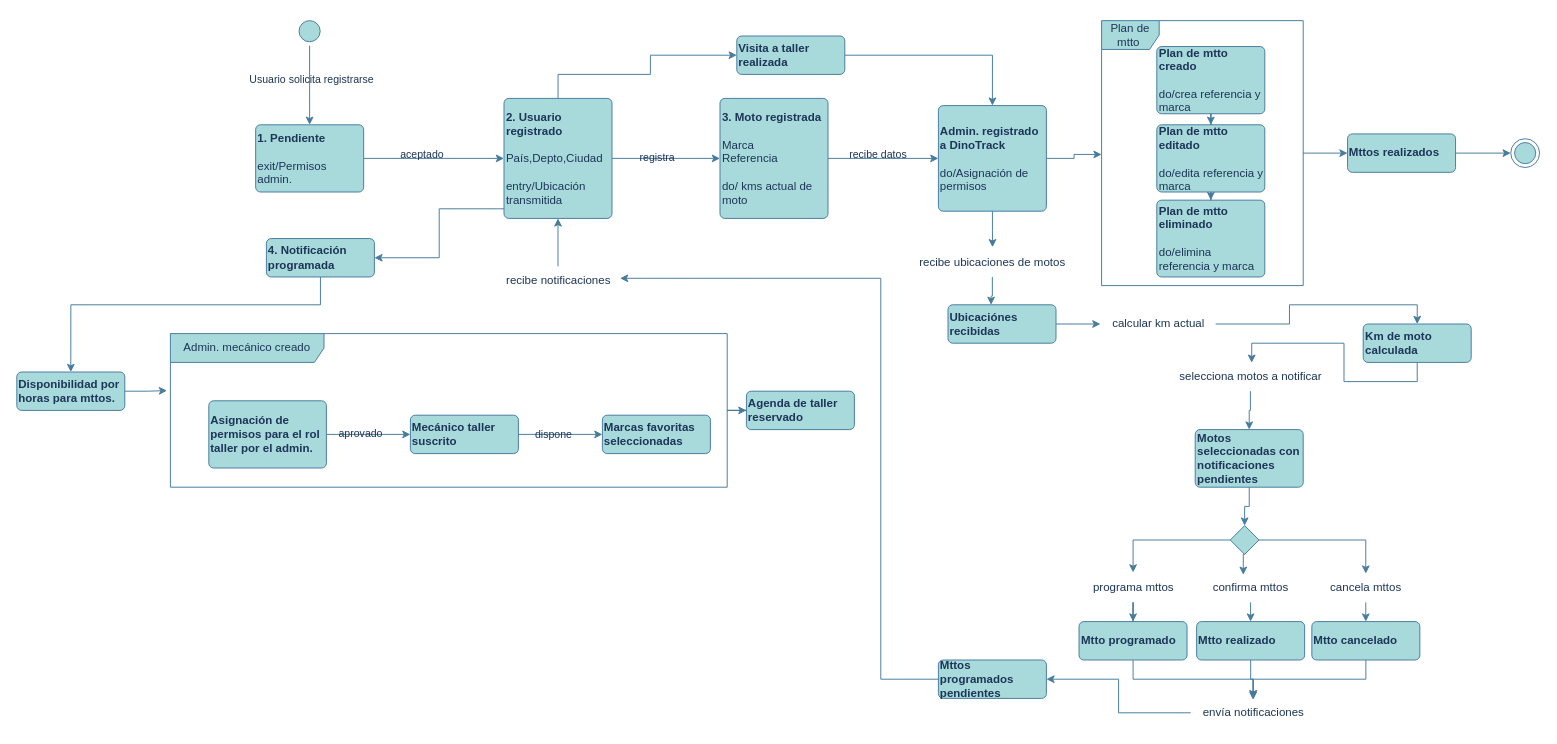
Above: Diagrama de estados.drawio in david-med/archivos (draw.io), before the change. Source tidied: cells renumbered, new cells numbered last; positions are measured from the earlier drawing's top-left corner, leaving out a move shared by most shapes. Both pictures are drawn from the tidied source at 96%, with x=0, y=0 at pixel (16, 16).
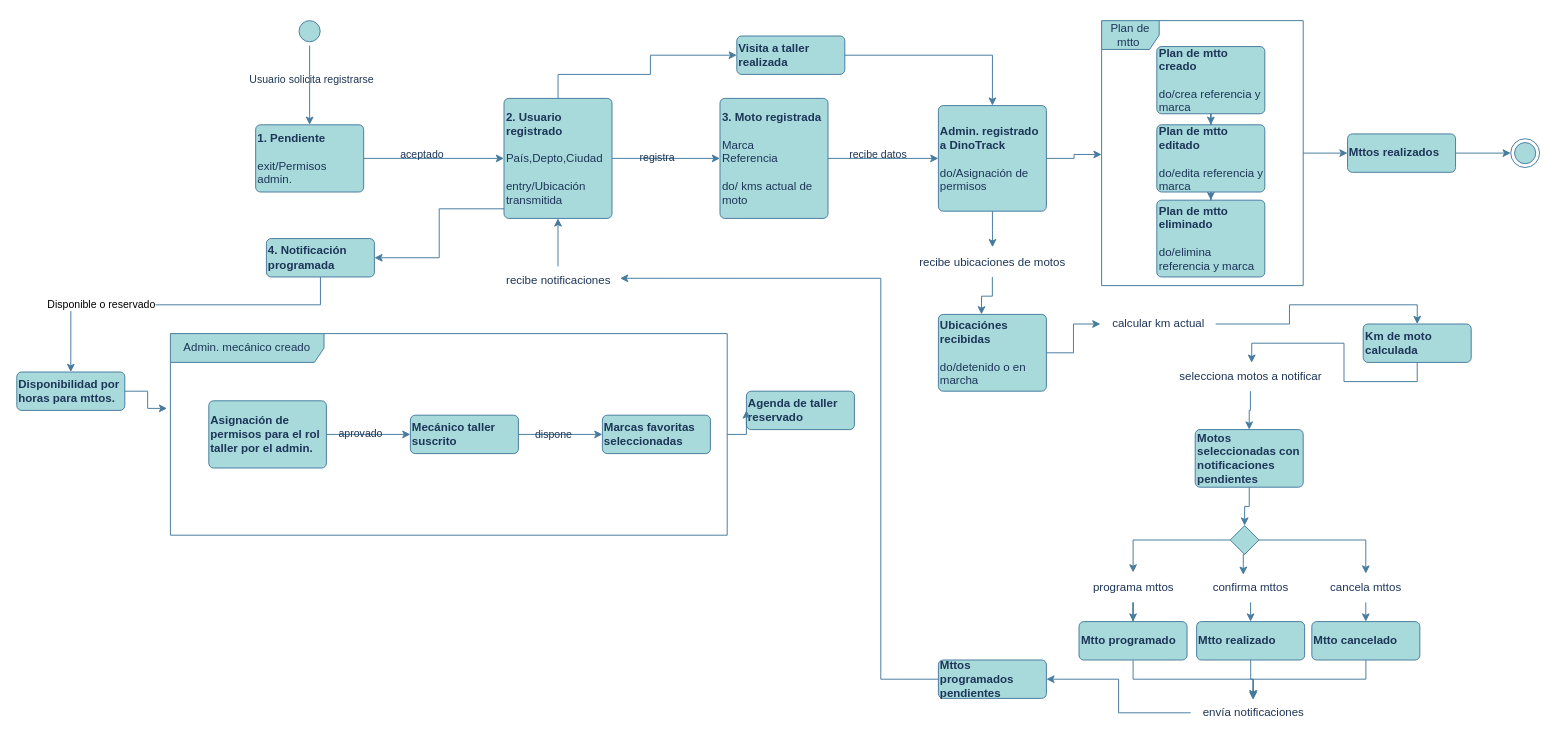
The same page after the edit.

Unchanged cells that the change refers to:
```xml
<mxCell id="16" style="edgeStyle=orthogonalEdgeStyle;rounded=0;jettySize=auto;html=1;entryX=0.5;entryY=0;entryDx=0;entryDy=0;labelBackgroundColor=none;strokeColor=#457B9D;fontColor=default;" parent="1" edge="1" source="17" target="52">
  <mxGeometry relative="1" as="geometry">
    <Array as="points">
      <mxPoint x="316" y="300" />
      <mxPoint x="56" y="300" />
    </Array>
  </mxGeometry>
</mxCell>
```

Change to the diagram source:
```diff
@@
+    <mxCell id="79" value="Disponible o reservado" style="edgeLabel;html=1;align=center;verticalAlign=middle;" parent="16" vertex="1">
+      <mxGeometry x="0.44" y="-1" relative="1" as="geometry" />
+    </mxCell>
@@
-    <mxCell id="43" value="&lt;b&gt;Ubicaciónes recibidas&lt;br&gt;&lt;/b&gt;" style="html=1;align=left;verticalAlign=middle;rounded=1;absoluteArcSize=1;arcSize=10;dashed=0;whiteSpace=wrap;labelBackgroundColor=none;fillColor=#A8DADC;strokeColor=#457B9D;fontColor=#1D3557;" parent="1" vertex="1">
-      <mxGeometry x="970" y="300" width="112.5" height="40" as="geometry" />
+    <mxCell id="43" value="&lt;b&gt;Ubicaciónes recibidas&lt;/b&gt;&lt;br&gt;&lt;br&gt;do/detenido o en marcha" style="html=1;align=left;verticalAlign=middle;rounded=1;absoluteArcSize=1;arcSize=10;dashed=0;whiteSpace=wrap;labelBackgroundColor=none;fillColor=#A8DADC;strokeColor=#457B9D;fontColor=#1D3557;" parent="1" vertex="1">
+      <mxGeometry x="960" y="310" width="112.5" height="80" as="geometry" />
     </mxCell>
@@
     <mxCell id="57" value="Admin. mecánico creado" style="shape=umlFrame;whiteSpace=wrap;html=1;width=160;labelBackgroundColor=none;fillColor=#A8DADC;strokeColor=#457B9D;fontColor=#1D3557;" parent="1" vertex="1">
-      <mxGeometry x="160" y="330" width="580" height="160" as="geometry" />
+      <mxGeometry x="160" y="330" width="580" height="210" as="geometry" />
     </mxCell>
```
